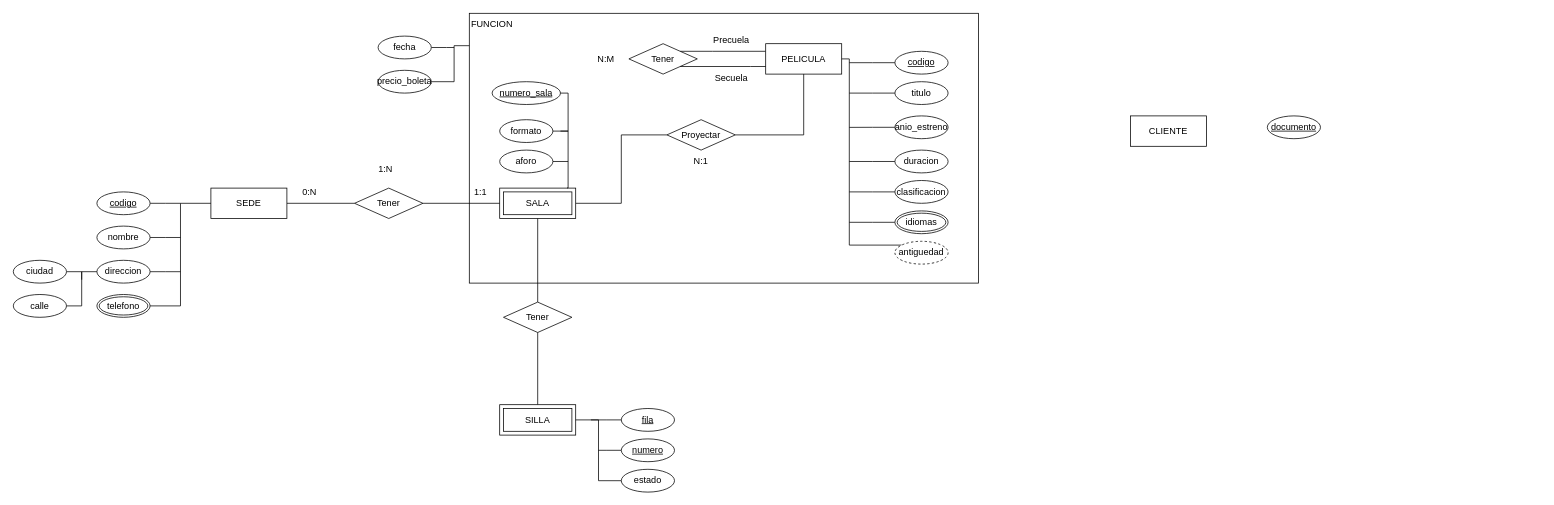
jcabarcasr/Investigaciones-DB1-DB2 keeps this draw.io diagram as Modelado/Parcial_Nocturna_DB1.drawio. Above is the earlier version. Source tidied: cells renumbered, new cells numbered last; positions are measured from the earlier drawing's top-left corner, leaving out a move shared by most shapes. Both pictures are drawn from the tidied source at 76%, with x=0, y=0 at pixel (13, 13).
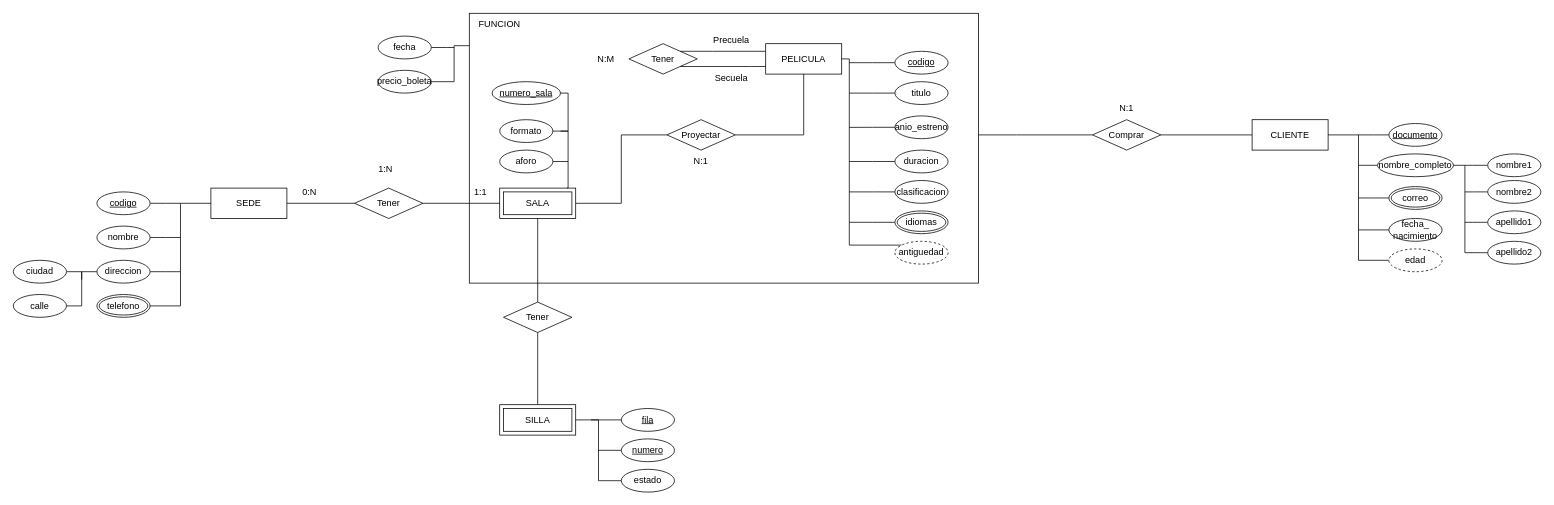
After the change.

Unchanged cells that the change refers to:
```xml
<mxCell id="2" style="whiteSpace=wrap;html=1;align=center;" parent="1" vertex="1">
  <mxGeometry x="600" width="670" height="355" as="geometry" />
</mxCell>
```

Diff of the diagram source:
```diff
@@
     <mxCell id="65" value="FUNCION" style="text;html=1;whiteSpace=wrap;strokeColor=none;fillColor=none;align=center;verticalAlign=middle;rounded=0;" parent="1" vertex="1">
-      <mxGeometry x="600" width="60" height="30" as="geometry" />
+      <mxGeometry x="610" width="60" height="30" as="geometry" />
     </mxCell>
@@
+    <mxCell id="72" style="group;" parent="1" vertex="1">
+      <mxGeometry x="1630" y="140" width="380" height="200" as="geometry" />
+    </mxCell>
-    <mxCell id="70" value="CLIENTE" style="whiteSpace=wrap;html=1;align=center;" parent="1" vertex="1">
-      <mxGeometry x="1470" y="135" width="100" height="40" as="geometry" />
+    <mxCell id="70" value="CLIENTE" style="whiteSpace=wrap;html=1;align=center;" parent="72" vertex="1">
+      <mxGeometry width="100" height="40" as="geometry" />
     </mxCell>
+    <mxCell id="73" style="edgeStyle=orthogonalEdgeStyle;rounded=0;jettySize=auto;html=1;fontFamily=Helvetica;fontSize=12;fontColor=default;endArrow=none;endFill=0;" parent="72" edge="1" source="71">
+      <mxGeometry relative="1" as="geometry">
+        <mxPoint x="140" y="20" as="targetPoint" />
+      </mxGeometry>
+    </mxCell>
-    <mxCell id="71" value="documento" style="ellipse;whiteSpace=wrap;html=1;align=center;fontStyle=4;" parent="1" vertex="1">
-      <mxGeometry x="1650" y="135" width="70" height="30" as="geometry" />
+    <mxCell id="71" value="documento" style="ellipse;whiteSpace=wrap;html=1;align=center;fontStyle=4;" parent="72" vertex="1">
+      <mxGeometry x="180" y="5" width="70" height="30" as="geometry" />
     </mxCell>
+    <mxCell id="74" style="edgeStyle=orthogonalEdgeStyle;rounded=0;jettySize=auto;html=1;fontFamily=Helvetica;fontSize=12;fontColor=default;endArrow=none;endFill=0;" parent="72" edge="1" source="75">
+      <mxGeometry relative="1" as="geometry">
+        <mxPoint x="140" y="60" as="targetPoint" />
+      </mxGeometry>
+    </mxCell>
+    <mxCell id="75" value="nombre_completo" style="ellipse;whiteSpace=wrap;html=1;align=center;" parent="72" vertex="1">
+      <mxGeometry x="165" y="45" width="100" height="30" as="geometry" />
+    </mxCell>
+    <mxCell id="76" style="edgeStyle=orthogonalEdgeStyle;rounded=0;jettySize=auto;html=1;fontFamily=Helvetica;fontSize=12;fontColor=default;endArrow=none;endFill=0;" parent="72" edge="1" source="77">
+      <mxGeometry relative="1" as="geometry">
+        <mxPoint x="280" y="60" as="targetPoint" />
+      </mxGeometry>
+    </mxCell>
+    <mxCell id="77" value="nombre1" style="ellipse;whiteSpace=wrap;html=1;align=center;" parent="72" vertex="1">
+      <mxGeometry x="310" y="45" width="70" height="30" as="geometry" />
+    </mxCell>
+    <mxCell id="78" style="edgeStyle=orthogonalEdgeStyle;rounded=0;jettySize=auto;html=1;fontFamily=Helvetica;fontSize=12;fontColor=default;endArrow=none;endFill=0;" parent="72" edge="1" source="79">
+      <mxGeometry relative="1" as="geometry">
+        <mxPoint x="280" y="95" as="targetPoint" />
+      </mxGeometry>
+    </mxCell>
+    <mxCell id="79" value="nombre2" style="ellipse;whiteSpace=wrap;html=1;align=center;" parent="72" vertex="1">
+      <mxGeometry x="310" y="80" width="70" height="30" as="geometry" />
+    </mxCell>
+    <mxCell id="80" style="edgeStyle=orthogonalEdgeStyle;rounded=0;jettySize=auto;html=1;fontFamily=Helvetica;fontSize=12;fontColor=default;endArrow=none;endFill=0;" parent="72" edge="1" source="81">
+      <mxGeometry relative="1" as="geometry">
+        <mxPoint x="280" y="135" as="targetPoint" />
+      </mxGeometry>
+    </mxCell>
+    <mxCell id="81" value="apellido1" style="ellipse;whiteSpace=wrap;html=1;align=center;" parent="72" vertex="1">
+      <mxGeometry x="310" y="120" width="70" height="30" as="geometry" />
+    </mxCell>
+    <mxCell id="82" style="edgeStyle=orthogonalEdgeStyle;rounded=0;jettySize=auto;html=1;entryX=1;entryY=0.5;entryDx=0;entryDy=0;fontFamily=Helvetica;fontSize=12;fontColor=default;endArrow=none;endFill=0;" parent="72" edge="1" source="83" target="75">
+      <mxGeometry relative="1" as="geometry">
+        <Array as="points">
+          <mxPoint x="280" y="175" />
+          <mxPoint x="280" y="60" />
+        </Array>
+      </mxGeometry>
+    </mxCell>
+    <mxCell id="83" value="apellido2" style="ellipse;whiteSpace=wrap;html=1;align=center;" parent="72" vertex="1">
+      <mxGeometry x="310" y="160" width="70" height="30" as="geometry" />
+    </mxCell>
+    <mxCell id="84" style="edgeStyle=orthogonalEdgeStyle;rounded=0;jettySize=auto;html=1;fontFamily=Helvetica;fontSize=12;fontColor=default;endArrow=none;endFill=0;" parent="72" edge="1" source="85">
+      <mxGeometry relative="1" as="geometry">
+        <mxPoint x="140" y="145" as="targetPoint" />
+      </mxGeometry>
+    </mxCell>
+    <mxCell id="85" value="fecha_&lt;div&gt;nacimiento&lt;/div&gt;" style="ellipse;whiteSpace=wrap;html=1;align=center;" parent="72" vertex="1">
+      <mxGeometry x="180" y="130" width="70" height="30" as="geometry" />
+    </mxCell>
+    <mxCell id="86" style="edgeStyle=orthogonalEdgeStyle;rounded=0;jettySize=auto;html=1;fontFamily=Helvetica;fontSize=12;fontColor=default;endArrow=none;endFill=0;" parent="72" edge="1" source="87">
+      <mxGeometry relative="1" as="geometry">
+        <mxPoint x="140" y="103" as="targetPoint" />
+      </mxGeometry>
+    </mxCell>
+    <mxCell id="87" value="correo" style="ellipse;shape=doubleEllipse;margin=3;whiteSpace=wrap;html=1;align=center;" parent="72" vertex="1">
+      <mxGeometry x="180" y="88" width="70" height="30" as="geometry" />
+    </mxCell>
+    <mxCell id="88" style="edgeStyle=orthogonalEdgeStyle;rounded=0;jettySize=auto;html=1;entryX=1;entryY=0.5;entryDx=0;entryDy=0;fontFamily=Helvetica;fontSize=12;fontColor=default;endArrow=none;endFill=0;" parent="72" edge="1" source="89" target="70">
+      <mxGeometry relative="1" as="geometry" />
+    </mxCell>
+    <mxCell id="89" value="edad" style="ellipse;whiteSpace=wrap;html=1;align=center;dashed=1;" parent="72" vertex="1">
+      <mxGeometry x="180" y="170" width="70" height="30" as="geometry" />
+    </mxCell>
+    <mxCell id="90" style="edgeStyle=orthogonalEdgeStyle;rounded=0;jettySize=auto;html=1;fontFamily=Helvetica;fontSize=12;fontColor=default;endArrow=none;endFill=0;" parent="1" edge="1" source="91" target="2">
+      <mxGeometry relative="1" as="geometry">
+        <Array as="points">
+          <mxPoint x="1320" y="160" />
+          <mxPoint x="1320" y="160" />
+        </Array>
+      </mxGeometry>
+    </mxCell>
+    <mxCell id="91" value="Comprar" style="shape=rhombus;perimeter=rhombusPerimeter;whiteSpace=wrap;html=1;align=center;" parent="1" vertex="1">
+      <mxGeometry x="1420" y="140" width="90" height="40" as="geometry" />
+    </mxCell>
+    <mxCell id="92" value="N:1" style="text;html=1;whiteSpace=wrap;strokeColor=none;fillColor=none;align=center;verticalAlign=middle;rounded=0;" parent="1" vertex="1">
+      <mxGeometry x="1435" y="110" width="60" height="30" as="geometry" />
+    </mxCell>
+    <mxCell id="93" style="edgeStyle=orthogonalEdgeStyle;rounded=0;jettySize=auto;html=1;entryX=1;entryY=0.5;entryDx=0;entryDy=0;fontFamily=Helvetica;fontSize=12;fontColor=default;endArrow=none;endFill=0;" parent="1" edge="1" source="70" target="91">
+      <mxGeometry relative="1" as="geometry" />
+    </mxCell>
```
